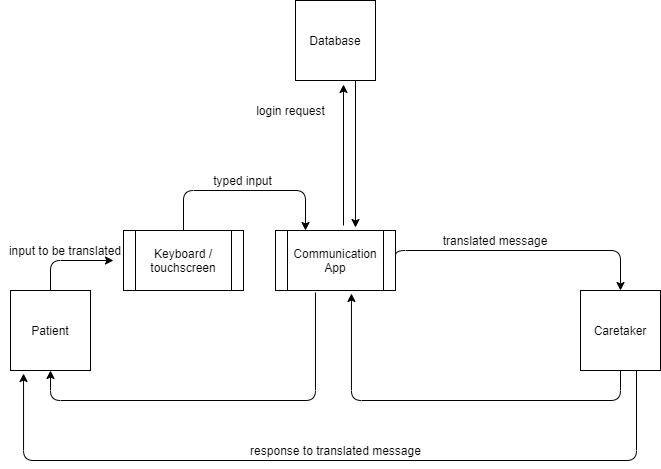
This is Comm App - Context Diagram.png from colemank0259/CSC-289_Group3, a draw.io export, as it was before one commit. Source tidied: cells renumbered, new cells last; positions are measured from the earlier drawing's top-left corner, leaving out a move shared by most shapes.
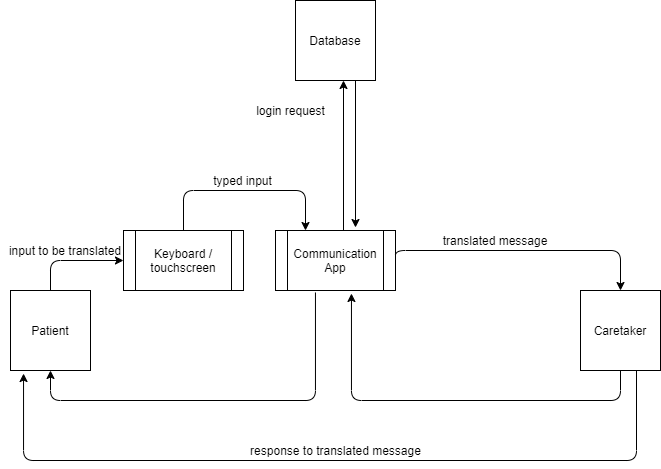
After the commit.

Commit message:
Added Comm App - Context Diagram (Version 3).png

What changed in the source:
```diff
@@ -14,7 +14,7 @@
     <mxCell id="5" value="Communication App" style="shape=process;whiteSpace=wrap;html=1;backgroundOutline=1;" parent="1" vertex="1">
       <mxGeometry x="275" y="230" width="120" height="60" as="geometry" />
     </mxCell>
-    <mxCell id="6" style="edgeStyle=elbowEdgeStyle;elbow=horizontal;endArrow=classic;html=1;entryX=0.869;entryY=1;entryDx=0;entryDy=0;exitX=0.5;exitY=0;exitDx=0;exitDy=0;entryPerimeter=0;" parent="1" edge="1" source="4" target="10">
+    <mxCell id="6" style="edgeStyle=elbowEdgeStyle;elbow=horizontal;endArrow=classic;html=1;entryX=0.946;entryY=1;entryDx=0;entryDy=0;exitX=0.5;exitY=0;exitDx=0;exitDy=0;entryPerimeter=0;" parent="1" edge="1" source="4" target="10">
       <mxGeometry relative="1" as="geometry">
         <Array as="points">
           <mxPoint x="50" y="270" />
@@ -74,9 +74,10 @@
         </Array>
       </mxGeometry>
     </mxCell>
-    <mxCell id="17" style="endArrow=classic;html=1;entryX=0.6;entryY=1.05;entryDx=0;entryDy=0;entryPerimeter=0;" parent="1" edge="1" target="2">
+    <mxCell id="17" style="endArrow=classic;html=1;" parent="1" edge="1">
       <mxGeometry relative="1" as="geometry">
-        <mxPoint x="343" y="225" as="sourcePoint" />
+        <mxPoint x="343" y="230" as="sourcePoint" />
+        <mxPoint x="343" y="80" as="targetPoint" />
       </mxGeometry>
     </mxCell>
     <mxCell id="18" style="endArrow=classic;html=1;exitX=0.75;exitY=1;exitDx=0;exitDy=0;" parent="1" edge="1" source="2">
```
